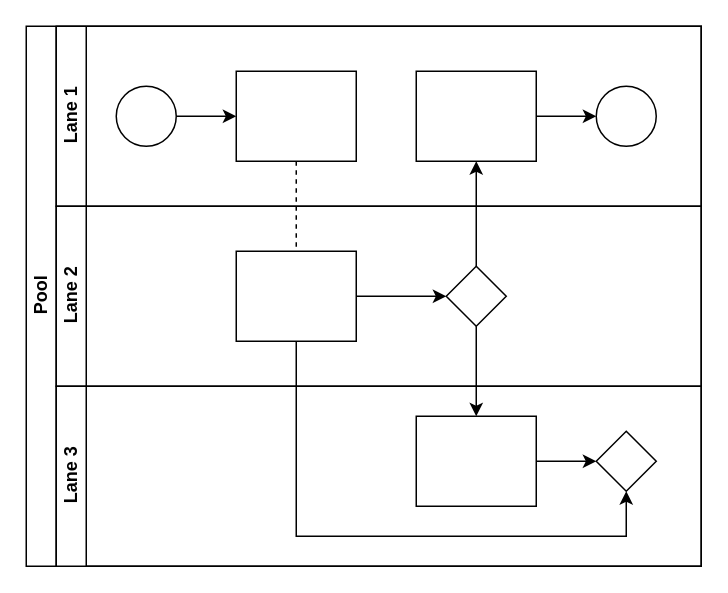
ricardotaricio/DevBoost.Pagamento.Kafka keeps this draw.io diagram as docs/Untitled Diagram.drawio. Above is the earlier version. Source tidied: cells renumbered, new cells numbered last; positions are measured from the earlier drawing's top-left corner, leaving out a move shared by most shapes. Both pictures are drawn from the tidied source at 150%, with x=0, y=0 at pixel (26, 26).
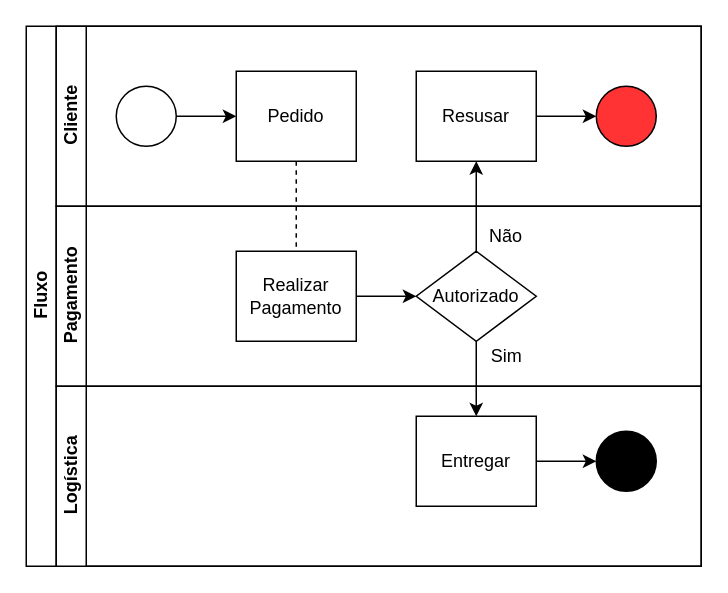
The same page after the edit.

The edit, as a diff of the source:
```diff
@@
-    <mxCell id="2" value="Pool" style="swimlane;html=1;horizontal=0;startSize=20;" parent="1" vertex="1">
+    <mxCell id="2" value="Fluxo" style="swimlane;html=1;horizontal=0;startSize=20;" parent="1" vertex="1">
       <mxGeometry width="450" height="360" as="geometry" />
     </mxCell>
@@
-    <mxCell id="6" style="edgeStyle=orthogonalEdgeStyle;rounded=0;jettySize=auto;html=1;endArrow=classic;endFill=1;" parent="2" edge="1" source="16" target="21">
-      <mxGeometry relative="1" as="geometry">
-        <Array as="points">
-          <mxPoint x="180" y="340" />
-          <mxPoint x="400" y="340" />
-        </Array>
-      </mxGeometry>
-    </mxCell>
-    <mxCell id="7" value="Lane 1" style="swimlane;html=1;startSize=20;horizontal=0;" parent="2" vertex="1">
+    <mxCell id="7" value="Cliente" style="swimlane;html=1;startSize=20;horizontal=0;" parent="2" vertex="1">
       <mxGeometry x="20" width="430" height="120" as="geometry" />
     </mxCell>
@@
-    <mxCell id="10" style="rounded=0;whiteSpace=wrap;html=1;fontFamily=Helvetica;fontSize=12;fontColor=#000000;align=center;" parent="7" vertex="1">
+    <mxCell id="10" value="Pedido" style="rounded=0;whiteSpace=wrap;html=1;fontFamily=Helvetica;fontSize=12;fontColor=#000000;align=center;" parent="7" vertex="1">
       <mxGeometry x="120" y="30" width="80" height="60" as="geometry" />
     </mxCell>
@@
-    <mxCell id="13" style="ellipse;whiteSpace=wrap;html=1;" parent="7" vertex="1">
+    <mxCell id="13" style="ellipse;whiteSpace=wrap;html=1;fillColor=#FF3333;" parent="7" vertex="1">
       <mxGeometry x="360" y="40" width="40" height="40" as="geometry" />
     </mxCell>
+    <mxCell id="22" value="Resusar" style="text;html=1;strokeColor=none;fillColor=none;align=center;verticalAlign=middle;whiteSpace=wrap;rounded=0;" parent="7" vertex="1">
+      <mxGeometry x="260" y="50" width="40" height="20" as="geometry" />
+    </mxCell>
-    <mxCell id="14" value="Lane 2" style="swimlane;html=1;startSize=20;horizontal=0;" parent="2" vertex="1">
+    <mxCell id="14" value="Pagamento" style="swimlane;html=1;startSize=20;horizontal=0;" parent="2" vertex="1">
       <mxGeometry x="20" y="120" width="430" height="120" as="geometry" />
     </mxCell>
@@
+    <mxCell id="23" value="Não" style="text;html=1;strokeColor=none;fillColor=none;align=center;verticalAlign=middle;whiteSpace=wrap;rounded=0;" parent="14" vertex="1">
+      <mxGeometry x="280" y="10" width="40" height="20" as="geometry" />
+    </mxCell>
-    <mxCell id="16" style="rounded=0;whiteSpace=wrap;html=1;fontFamily=Helvetica;fontSize=12;fontColor=#000000;align=center;" parent="14" vertex="1">
+    <mxCell id="16" value="Realizar Pagamento" style="rounded=0;whiteSpace=wrap;html=1;fontFamily=Helvetica;fontSize=12;fontColor=#000000;align=center;" parent="14" vertex="1">
       <mxGeometry x="120" y="30" width="80" height="60" as="geometry" />
     </mxCell>
-    <mxCell id="17" style="rhombus;whiteSpace=wrap;html=1;fontFamily=Helvetica;fontSize=12;fontColor=#000000;align=center;" parent="14" vertex="1">
-      <mxGeometry x="260" y="40" width="40" height="40" as="geometry" />
+    <mxCell id="17" value="Autorizado" style="rhombus;whiteSpace=wrap;html=1;fontFamily=Helvetica;fontSize=12;fontColor=#000000;align=center;" parent="14" vertex="1">
+      <mxGeometry x="240" y="30" width="80" height="60" as="geometry" />
     </mxCell>
+    <mxCell id="24" value="Sim" style="text;html=1;align=center;verticalAlign=middle;" parent="14" vertex="1">
+      <mxGeometry x="280" y="90" width="40" height="20" as="geometry" />
+    </mxCell>
-    <mxCell id="18" value="Lane 3" style="swimlane;html=1;startSize=20;horizontal=0;" parent="2" vertex="1">
+    <mxCell id="18" value="Logística" style="swimlane;html=1;startSize=20;horizontal=0;" parent="2" vertex="1">
       <mxGeometry x="20" y="240" width="430" height="120" as="geometry" />
     </mxCell>
-    <mxCell id="19" style="edgeStyle=orthogonalEdgeStyle;rounded=0;jettySize=auto;html=1;endArrow=classic;endFill=1;" parent="18" edge="1" source="20" target="21">
-      <mxGeometry relative="1" as="geometry" />
+    <mxCell id="19" style="edgeStyle=orthogonalEdgeStyle;rounded=0;jettySize=auto;html=1;endArrow=classic;endFill=1;" parent="18" edge="1" source="20">
+      <mxGeometry relative="1" as="geometry">
+        <mxPoint x="360" y="50" as="targetPoint" />
+      </mxGeometry>
     </mxCell>
+    <mxCell id="25" style="ellipse;whiteSpace=wrap;html=1;fillColor=#000000;" parent="18" vertex="1">
+      <mxGeometry x="360" y="30" width="40" height="40" as="geometry" />
+    </mxCell>
-    <mxCell id="20" style="rounded=0;whiteSpace=wrap;html=1;fontFamily=Helvetica;fontSize=12;fontColor=#000000;align=center;" parent="18" vertex="1">
+    <mxCell id="20" value="Entregar" style="rounded=0;whiteSpace=wrap;html=1;fontFamily=Helvetica;fontSize=12;fontColor=#000000;align=center;" parent="18" vertex="1">
       <mxGeometry x="240" y="20" width="80" height="60" as="geometry" />
     </mxCell>
-    <mxCell id="21" style="rhombus;whiteSpace=wrap;html=1;fontFamily=Helvetica;fontSize=12;fontColor=#000000;align=center;" parent="18" vertex="1">
-      <mxGeometry x="360" y="30" width="40" height="40" as="geometry" />
-    </mxCell>
```
